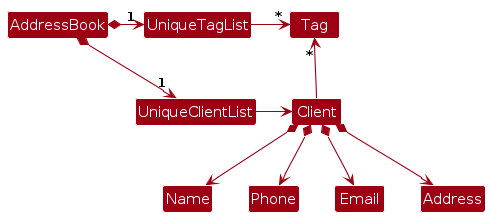
The PlantUML diagram diagrams/BetterModelClassDiagram.png in dingZvel/tp, before a commit. Its source is kept beside it as diagrams/BetterModelClassDiagram.puml. The source it was exported from:
```plantuml
@startuml
!include style.puml
skinparam arrowThickness 1.1
skinparam arrowColor MODEL_COLOR
skinparam classBackgroundColor MODEL_COLOR

AddressBook *-right-> "1" UniqueClientList
AddressBook *-right-> "1" UniqueTagList
UniqueTagList -[hidden]down- UniqueClientList
UniqueTagList -[hidden]down- UniqueClientList

UniqueTagList -right-> "*" Tag
UniqueClientList -right-> Client

Client -up-> "*" Tag

Client *--> Name
Client *--> Phone
Client *--> Email
Client *--> Address
@enduml
```
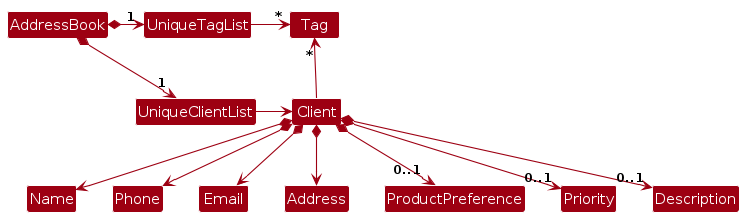
Above is the later version.

What changed in the source:
```diff
@@ -18,4 +18,7 @@
 Client *--> Phone
 Client *--> Email
 Client *--> Address
+Client *--> "0..1" ProductPreference
+Client *--> "0..1" Priority
+Client *--> "0..1" Description
 @enduml
```
